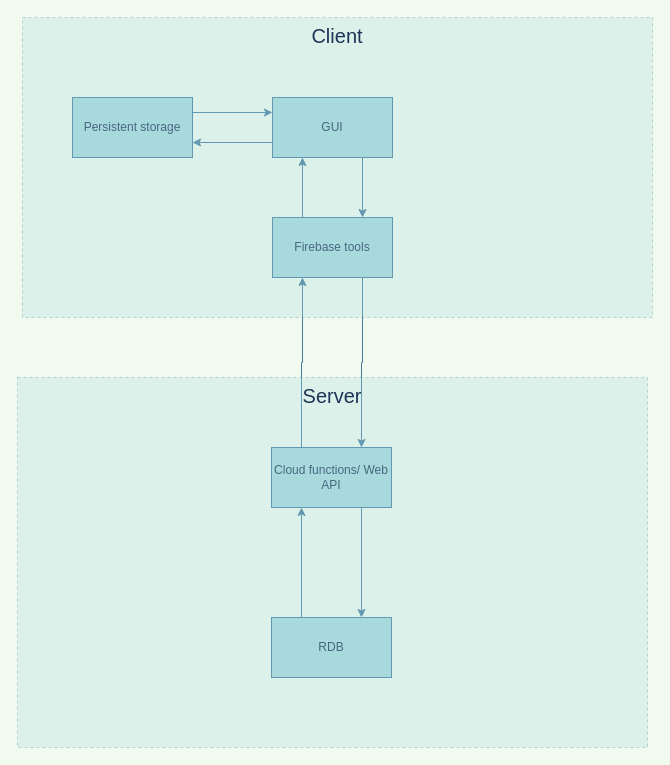
Above: page "Architecture" (1 of 6) of Endless Kana Design v0.drawio in jdsmith104/endless-kana (draw.io), before the change. Source tidied: cells renumbered, new cells numbered last; positions are measured from the earlier drawing's top-left corner, leaving out a move shared by most shapes. Both pictures are drawn from the tidied source at 100%, with x=0, y=0 at pixel (17, 17).
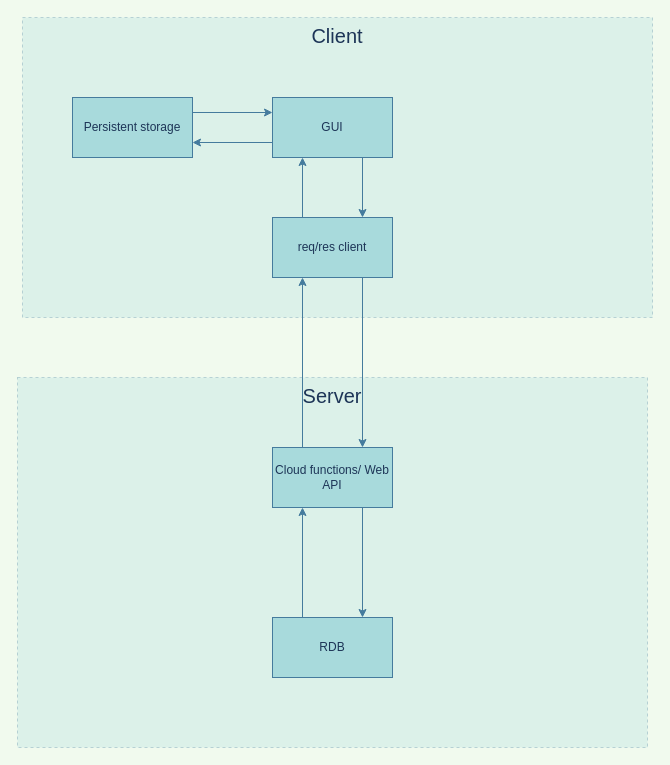
The same page after the edit.

Change to the diagram source:
```diff
@@
 <mxGraphModel background="#F1FAEE">
   <root>
     <mxCell id="0" />
     <mxCell id="1" parent="0" />
+    <mxCell id="15" parent="0" />
+    <mxCell id="16" value="&lt;font style=&quot;font-size: 20px;&quot;&gt;Client&lt;/font&gt;" style="rounded=0;whiteSpace=wrap;html=1;dashed=1;opacity=30;verticalAlign=top;fillColor=#A8DADC;strokeColor=#457B9D;fontColor=#1D3557;" parent="15" vertex="1">
+      <mxGeometry x="5" width="630" height="300" as="geometry" />
+    </mxCell>
+    <mxCell id="17" value="&lt;font style=&quot;font-size: 20px;&quot;&gt;Server&lt;/font&gt;" style="rounded=0;whiteSpace=wrap;html=1;dashed=1;opacity=30;verticalAlign=top;fillColor=#A8DADC;strokeColor=#457B9D;fontColor=#1D3557;" parent="15" vertex="1">
+      <mxGeometry y="360" width="630" height="370" as="geometry" />
+    </mxCell>
+    <mxCell id="18" parent="0" />
-    <mxCell id="2" style="edgeStyle=orthogonalEdgeStyle;rounded=0;jettySize=auto;html=1;exitX=0.25;exitY=0;exitDx=0;exitDy=0;entryX=0.25;entryY=1;entryDx=0;entryDy=0;strokeColor=#457B9D;fontColor=#1D3557;labelBackgroundColor=#F1FAEE;" parent="1" edge="1" source="3" target="14">
+    <mxCell id="2" style="edgeStyle=orthogonalEdgeStyle;rounded=0;jettySize=auto;html=1;exitX=0.25;exitY=0;exitDx=0;exitDy=0;entryX=0.25;entryY=1;entryDx=0;entryDy=0;strokeColor=#457B9D;fontColor=#1D3557;labelBackgroundColor=#F1FAEE;" parent="18" edge="1" source="3" target="14">
       <mxGeometry relative="1" as="geometry" />
     </mxCell>
-    <mxCell id="3" value="RDB" style="rounded=0;whiteSpace=wrap;html=1;fillColor=#A8DADC;strokeColor=#457B9D;fontColor=#1D3557;" parent="1" vertex="1">
-      <mxGeometry x="254" y="600" width="120" height="60" as="geometry" />
+    <mxCell id="3" value="RDB" style="rounded=0;whiteSpace=wrap;html=1;fillColor=#A8DADC;strokeColor=#457B9D;fontColor=#1D3557;" parent="18" vertex="1">
+      <mxGeometry x="255" y="600" width="120" height="60" as="geometry" />
     </mxCell>
-    <mxCell id="4" style="edgeStyle=orthogonalEdgeStyle;rounded=0;jettySize=auto;html=1;entryX=0;entryY=0.25;entryDx=0;entryDy=0;exitX=1;exitY=0.25;exitDx=0;exitDy=0;strokeColor=#457B9D;fontColor=#1D3557;labelBackgroundColor=#F1FAEE;" parent="1" edge="1" source="5" target="8">
+    <mxCell id="4" style="edgeStyle=orthogonalEdgeStyle;rounded=0;jettySize=auto;html=1;entryX=0;entryY=0.25;entryDx=0;entryDy=0;exitX=1;exitY=0.25;exitDx=0;exitDy=0;strokeColor=#457B9D;fontColor=#1D3557;labelBackgroundColor=#F1FAEE;" parent="18" edge="1" source="5" target="8">
       <mxGeometry relative="1" as="geometry" />
     </mxCell>
-    <mxCell id="5" value="Persistent storage" style="rounded=0;whiteSpace=wrap;html=1;fillColor=#A8DADC;strokeColor=#457B9D;fontColor=#1D3557;" parent="1" vertex="1">
+    <mxCell id="5" value="Persistent storage" style="rounded=0;whiteSpace=wrap;html=1;fillColor=#A8DADC;strokeColor=#457B9D;fontColor=#1D3557;" parent="18" vertex="1">
       <mxGeometry x="55" y="80" width="120" height="60" as="geometry" />
     </mxCell>
-    <mxCell id="6" style="edgeStyle=orthogonalEdgeStyle;rounded=0;jettySize=auto;html=1;entryX=0.75;entryY=0;entryDx=0;entryDy=0;exitX=0.75;exitY=1;exitDx=0;exitDy=0;strokeColor=#457B9D;fontColor=#1D3557;labelBackgroundColor=#F1FAEE;" parent="1" edge="1" source="8" target="11">
-      <mxGeometry relative="1" as="geometry" />
-    </mxCell>
+    <mxCell id="19" style="edgeStyle=orthogonalEdgeStyle;rounded=0;jettySize=auto;html=1;entryX=0.75;entryY=0;entryDx=0;entryDy=0;exitX=0.75;exitY=1;exitDx=0;exitDy=0;strokeColor=#457B9D;fontColor=#1D3557;labelBackgroundColor=#F1FAEE;" parent="18" edge="1" source="8" target="22">
+      <mxGeometry relative="1" as="geometry" />
+    </mxCell>
-    <mxCell id="7" style="edgeStyle=orthogonalEdgeStyle;rounded=0;jettySize=auto;html=1;entryX=1;entryY=0.75;entryDx=0;entryDy=0;exitX=0;exitY=0.75;exitDx=0;exitDy=0;strokeColor=#457B9D;fontColor=#1D3557;labelBackgroundColor=#F1FAEE;" parent="1" edge="1" source="8" target="5">
+    <mxCell id="7" style="edgeStyle=orthogonalEdgeStyle;rounded=0;jettySize=auto;html=1;entryX=1;entryY=0.75;entryDx=0;entryDy=0;exitX=0;exitY=0.75;exitDx=0;exitDy=0;strokeColor=#457B9D;fontColor=#1D3557;labelBackgroundColor=#F1FAEE;" parent="18" edge="1" source="8" target="5">
       <mxGeometry relative="1" as="geometry" />
     </mxCell>
-    <mxCell id="8" value="GUI" style="rounded=0;whiteSpace=wrap;html=1;fillColor=#A8DADC;strokeColor=#457B9D;fontColor=#1D3557;" parent="1" vertex="1">
+    <mxCell id="8" value="GUI" style="rounded=0;whiteSpace=wrap;html=1;fillColor=#A8DADC;strokeColor=#457B9D;fontColor=#1D3557;" parent="18" vertex="1">
       <mxGeometry x="255" y="80" width="120" height="60" as="geometry" />
     </mxCell>
-    <mxCell id="9" style="edgeStyle=orthogonalEdgeStyle;rounded=0;jettySize=auto;html=1;entryX=0.75;entryY=0;entryDx=0;entryDy=0;exitX=0.75;exitY=1;exitDx=0;exitDy=0;strokeColor=#457B9D;fontColor=#1D3557;labelBackgroundColor=#F1FAEE;" parent="1" edge="1" source="11" target="14">
-      <mxGeometry relative="1" as="geometry" />
-    </mxCell>
-    <mxCell id="10" style="edgeStyle=orthogonalEdgeStyle;rounded=0;jettySize=auto;html=1;entryX=0.25;entryY=1;entryDx=0;entryDy=0;exitX=0.25;exitY=0;exitDx=0;exitDy=0;strokeColor=#457B9D;fontColor=#1D3557;labelBackgroundColor=#F1FAEE;" parent="1" edge="1" source="11" target="8">
-      <mxGeometry relative="1" as="geometry" />
-    </mxCell>
-    <mxCell id="11" value="Firebase tools" style="rounded=0;whiteSpace=wrap;html=1;fillColor=#A8DADC;strokeColor=#457B9D;fontColor=#1D3557;" parent="1" vertex="1">
-      <mxGeometry x="255" y="200" width="120" height="60" as="geometry" />
-    </mxCell>
+    <mxCell id="20" style="edgeStyle=orthogonalEdgeStyle;rounded=0;jettySize=auto;html=1;entryX=0.75;entryY=0;entryDx=0;entryDy=0;exitX=0.75;exitY=1;exitDx=0;exitDy=0;strokeColor=#457B9D;fontColor=#1D3557;labelBackgroundColor=#F1FAEE;" parent="18" edge="1" source="22" target="14">
+      <mxGeometry relative="1" as="geometry" />
+    </mxCell>
+    <mxCell id="21" style="edgeStyle=orthogonalEdgeStyle;rounded=0;jettySize=auto;html=1;entryX=0.25;entryY=1;entryDx=0;entryDy=0;exitX=0.25;exitY=0;exitDx=0;exitDy=0;strokeColor=#457B9D;fontColor=#1D3557;labelBackgroundColor=#F1FAEE;" parent="18" edge="1" source="22" target="8">
+      <mxGeometry relative="1" as="geometry" />
+    </mxCell>
+    <mxCell id="22" value="req/res client" style="rounded=0;whiteSpace=wrap;html=1;fillColor=#A8DADC;strokeColor=#457B9D;fontColor=#1D3557;" parent="18" vertex="1">
+      <mxGeometry x="255" y="200" width="120" height="60" as="geometry" />
+    </mxCell>
-    <mxCell id="12" style="edgeStyle=orthogonalEdgeStyle;rounded=0;jettySize=auto;html=1;entryX=0.75;entryY=0;entryDx=0;entryDy=0;exitX=0.75;exitY=1;exitDx=0;exitDy=0;strokeColor=#457B9D;fontColor=#1D3557;labelBackgroundColor=#F1FAEE;" parent="1" edge="1" source="14" target="3">
+    <mxCell id="12" style="edgeStyle=orthogonalEdgeStyle;rounded=0;jettySize=auto;html=1;entryX=0.75;entryY=0;entryDx=0;entryDy=0;exitX=0.75;exitY=1;exitDx=0;exitDy=0;strokeColor=#457B9D;fontColor=#1D3557;labelBackgroundColor=#F1FAEE;" parent="18" edge="1" source="14" target="3">
       <mxGeometry relative="1" as="geometry" />
     </mxCell>
-    <mxCell id="13" style="edgeStyle=orthogonalEdgeStyle;rounded=0;jettySize=auto;html=1;entryX=0.25;entryY=1;entryDx=0;entryDy=0;exitX=0.25;exitY=0;exitDx=0;exitDy=0;strokeColor=#457B9D;fontColor=#1D3557;labelBackgroundColor=#F1FAEE;" parent="1" edge="1" source="14" target="11">
-      <mxGeometry relative="1" as="geometry" />
-    </mxCell>
+    <mxCell id="23" style="edgeStyle=orthogonalEdgeStyle;rounded=0;jettySize=auto;html=1;entryX=0.25;entryY=1;entryDx=0;entryDy=0;exitX=0.25;exitY=0;exitDx=0;exitDy=0;strokeColor=#457B9D;fontColor=#1D3557;labelBackgroundColor=#F1FAEE;" parent="18" edge="1" source="14" target="22">
+      <mxGeometry relative="1" as="geometry" />
+    </mxCell>
-    <mxCell id="14" value="Cloud functions/ Web API" style="rounded=0;whiteSpace=wrap;html=1;fillColor=#A8DADC;strokeColor=#457B9D;fontColor=#1D3557;" parent="1" vertex="1">
-      <mxGeometry x="254" y="430" width="120" height="60" as="geometry" />
+    <mxCell id="14" value="Cloud functions/ Web API" style="rounded=0;whiteSpace=wrap;html=1;fillColor=#A8DADC;strokeColor=#457B9D;fontColor=#1D3557;" parent="18" vertex="1">
+      <mxGeometry x="255" y="430" width="120" height="60" as="geometry" />
     </mxCell>
-    <mxCell id="15" parent="0" />
-    <mxCell id="16" value="&lt;font style=&quot;font-size: 20px;&quot;&gt;Client&lt;/font&gt;" style="rounded=0;whiteSpace=wrap;html=1;dashed=1;opacity=30;verticalAlign=top;fillColor=#A8DADC;strokeColor=#457B9D;fontColor=#1D3557;" parent="15" vertex="1">
-      <mxGeometry x="5" width="630" height="300" as="geometry" />
-    </mxCell>
-    <mxCell id="17" value="&lt;font style=&quot;font-size: 20px;&quot;&gt;Server&lt;/font&gt;" style="rounded=0;whiteSpace=wrap;html=1;dashed=1;opacity=30;verticalAlign=top;fillColor=#A8DADC;strokeColor=#457B9D;fontColor=#1D3557;" parent="15" vertex="1">
-      <mxGeometry y="360" width="630" height="370" as="geometry" />
-    </mxCell>
-    <mxCell id="18" parent="0" />
   </root>
 </mxGraphModel>
```
